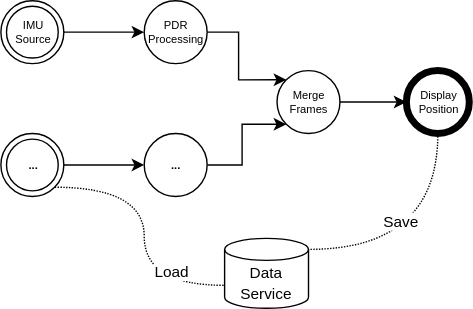
This is slides/ipin2021/images/architecture3.svg from OpenHPS/openhps.org, a draw.io export, as it was before one commit. Source tidied: cells renumbered, new cells last; positions are measured from the earlier drawing's top-left corner, leaving out a move shared by most shapes.
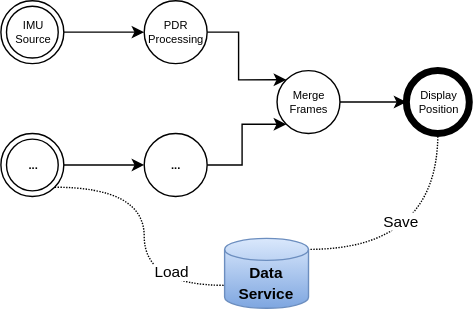
The same file after the commit.

Diff of the diagram source:
```diff
@@ -52,7 +52,7 @@
     <mxCell id="16" value="&lt;font style=&quot;font-size: 8px&quot;&gt;Merge&lt;br&gt;Frames&lt;br style=&quot;font-size: 8px&quot;&gt;&lt;/font&gt;" style="ellipse;whiteSpace=wrap;html=1;fontSize=8;" parent="1" vertex="1">
       <mxGeometry x="197.5" y="50" width="45" height="45" as="geometry" />
     </mxCell>
-    <mxCell id="17" value="&lt;font style=&quot;font-size: 11px&quot;&gt;Data Service&lt;/font&gt;" style="shape=cylinder3;whiteSpace=wrap;html=1;boundedLbl=1;backgroundOutline=1;size=7.857170104980469;strokeColor=default;fillColor=default;" parent="1" vertex="1">
+    <mxCell id="17" value="&lt;font style=&quot;font-size: 11px&quot;&gt;&lt;b&gt;Data Service&lt;/b&gt;&lt;/font&gt;" style="shape=cylinder3;whiteSpace=wrap;html=1;boundedLbl=1;backgroundOutline=1;size=7.857170104980469;strokeColor=#6c8ebf;fillColor=#dae8fc;gradientColor=#7ea6e0;" parent="1" vertex="1">
       <mxGeometry x="160" y="170" width="60" height="50" as="geometry" />
     </mxCell>
   </root>
```
